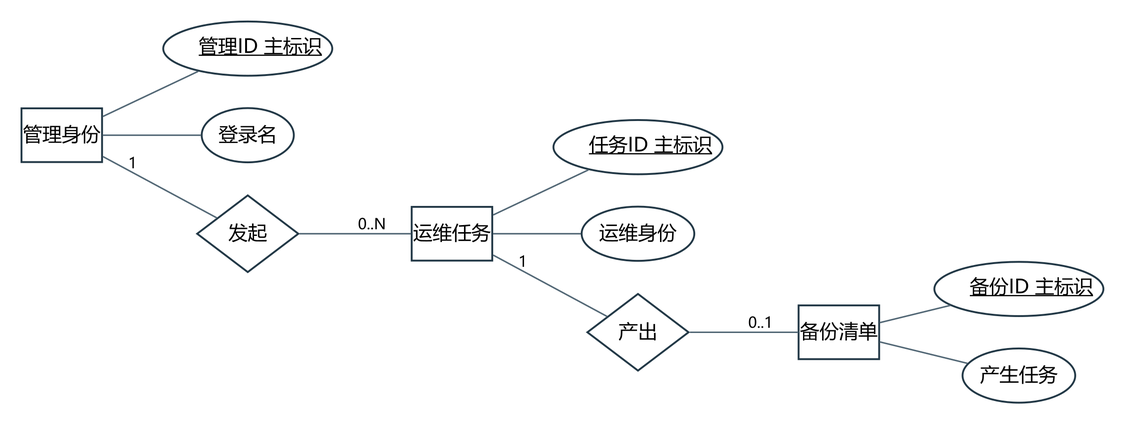
Earlier version of the Graphviz export docs/project/models/图表与模型/ER04B.png (jason-bitc/HZCU-CampusHub). Its source is kept beside it as docs/project/models/图表与模型/ER04B.dot. The source it was exported from:
```dot
digraph G {
graph [rankdir=LR,nodesep=0.30,ranksep=0.48,bgcolor="white",splines=polyline,pad=0.20];
node [fontname="Microsoft YaHei",fontsize=13,color="#223846",penwidth=1.25,margin="0.10,0.07",style="rounded,filled",fillcolor="#F6F8FA"];
edge [fontname="Microsoft YaHei",fontsize=10,color="#526775",arrowsize=0.7];
"AdminIdentity" [shape=box,label="管理身份",style="filled",fillcolor="white"];
"OpsJob" [shape=box,label="运维任务",style="filled",fillcolor="white"];
"Backup" [shape=box,label="备份清单",style="filled",fillcolor="white"];
"AdminIdentity_a0" [shape=ellipse,label=<<U>管理ID 主标识</U>>,style="filled",fillcolor="white"];
"AdminIdentity_a1" [shape=ellipse,label="登录名",style="filled",fillcolor="white"];
"OpsJob_a0" [shape=ellipse,label=<<U>任务ID 主标识</U>>,style="filled",fillcolor="white"];
"OpsJob_a1" [shape=ellipse,label="运维身份",style="filled",fillcolor="white"];
"Backup_a0" [shape=ellipse,label=<<U>备份ID 主标识</U>>,style="filled",fillcolor="white"];
"Backup_a1" [shape=ellipse,label="产生任务",style="filled",fillcolor="white"];
"rel19" [shape=diamond,label="发起",style="filled",fillcolor="white"];
"rel20" [shape=diamond,label="产出",style="filled",fillcolor="white"];
"AdminIdentity" -> "AdminIdentity_a0" [label="",dir=none];
"AdminIdentity" -> "AdminIdentity_a1" [label="",dir=none];
"OpsJob" -> "OpsJob_a0" [label="",dir=none];
"OpsJob" -> "OpsJob_a1" [label="",dir=none];
"Backup" -> "Backup_a0" [label="",dir=none];
"Backup" -> "Backup_a1" [label="",dir=none];
"AdminIdentity" -> "rel19" [label="1",dir=none];
"rel19" -> "OpsJob" [label="0..N",dir=none];
"OpsJob" -> "rel20" [label="1",dir=none];
"rel20" -> "Backup" [label="0..1",dir=none];
}
```
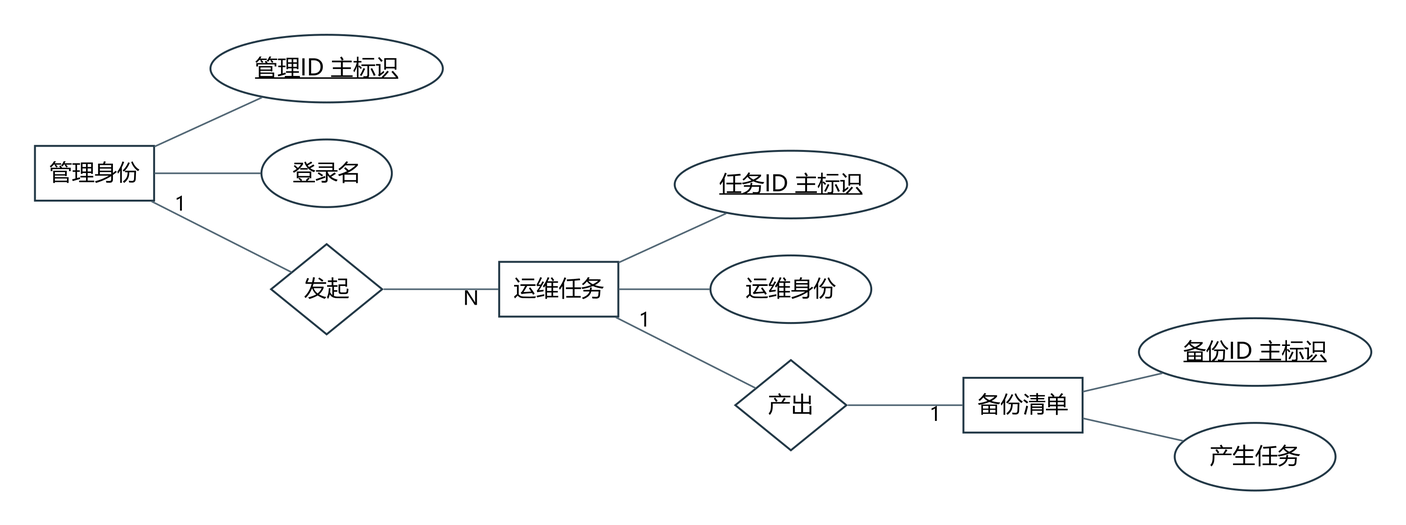
After the change.

What changed in the source:
```diff
@@ -1,26 +1,26 @@
 digraph G {
-graph [rankdir=LR,nodesep=0.30,ranksep=0.48,bgcolor="white",splines=polyline,pad=0.20];
-node [fontname="Microsoft YaHei",fontsize=13,color="#223846",penwidth=1.25,margin="0.10,0.07",style="rounded,filled",fillcolor="#F6F8FA"];
-edge [fontname="Microsoft YaHei",fontsize=10,color="#526775",arrowsize=0.7];
-"AdminIdentity" [shape=box,label="管理身份",style="filled",fillcolor="white"];
-"OpsJob" [shape=box,label="运维任务",style="filled",fillcolor="white"];
-"Backup" [shape=box,label="备份清单",style="filled",fillcolor="white"];
-"AdminIdentity_a0" [shape=ellipse,label=<<U>管理ID 主标识</U>>,style="filled",fillcolor="white"];
-"AdminIdentity_a1" [shape=ellipse,label="登录名",style="filled",fillcolor="white"];
-"OpsJob_a0" [shape=ellipse,label=<<U>任务ID 主标识</U>>,style="filled",fillcolor="white"];
-"OpsJob_a1" [shape=ellipse,label="运维身份",style="filled",fillcolor="white"];
-"Backup_a0" [shape=ellipse,label=<<U>备份ID 主标识</U>>,style="filled",fillcolor="white"];
-"Backup_a1" [shape=ellipse,label="产生任务",style="filled",fillcolor="white"];
-"rel19" [shape=diamond,label="发起",style="filled",fillcolor="white"];
-"rel20" [shape=diamond,label="产出",style="filled",fillcolor="white"];
-"AdminIdentity" -> "AdminIdentity_a0" [label="",dir=none];
-"AdminIdentity" -> "AdminIdentity_a1" [label="",dir=none];
-"OpsJob" -> "OpsJob_a0" [label="",dir=none];
-"OpsJob" -> "OpsJob_a1" [label="",dir=none];
-"Backup" -> "Backup_a0" [label="",dir=none];
-"Backup" -> "Backup_a1" [label="",dir=none];
-"AdminIdentity" -> "rel19" [label="1",dir=none];
-"rel19" -> "OpsJob" [label="0..N",dir=none];
-"OpsJob" -> "rel20" [label="1",dir=none];
-"rel20" -> "Backup" [label="0..1",dir=none];
+graph [rankdir=LR,nodesep=0.32,ranksep=0.48,bgcolor="white",splines=polyline,pad=0.30];
+node [fontname="Microsoft YaHei",fontsize=14,color="#223846",penwidth=1.2,margin="0.10,0.08",style="filled",fillcolor="white"];
+edge [fontname="Microsoft YaHei",fontsize=12,color="#526775",dir=none];
+"AdminIdentity" [shape=box,label="管理身份",width=1.0278,height=0.4722];
+"OpsJob" [shape=box,label="运维任务",width=1.0278,height=0.4722];
+"Backup" [shape=box,label="备份清单",width=1.0278,height=0.4722];
+"AdminIdentity_a0" [shape=ellipse,label="管理ID 主标识",width=2.0044,height=0.5833];
+"AdminIdentity_a1" [shape=ellipse,label="登录名",width=1.1250,height=0.5833];
+"OpsJob_a0" [shape=ellipse,label="任务ID 主标识",width=2.0044,height=0.5833];
+"OpsJob_a1" [shape=ellipse,label="运维身份",width=1.3875,height=0.5833];
+"Backup_a0" [shape=ellipse,label="备份ID 主标识",width=2.0044,height=0.5833];
+"Backup_a1" [shape=ellipse,label="产生任务",width=1.3875,height=0.5833];
+"rel19" [shape=diamond,label="发起",width=0.9583,height=0.7778];
+"rel20" [shape=diamond,label="产出",width=0.9583,height=0.7778];
+"AdminIdentity" -> "AdminIdentity_a0" [label="",labeldistance=1.8,labelangle=20,dir=none];
+"AdminIdentity" -> "AdminIdentity_a1" [label="",labeldistance=1.8,labelangle=20,dir=none];
+"OpsJob" -> "OpsJob_a0" [label="",labeldistance=1.8,labelangle=20,dir=none];
+"OpsJob" -> "OpsJob_a1" [label="",labeldistance=1.8,labelangle=20,dir=none];
+"Backup" -> "Backup_a0" [label="",labeldistance=1.8,labelangle=20,dir=none];
+"Backup" -> "Backup_a1" [label="",labeldistance=1.8,labelangle=20,dir=none];
+"AdminIdentity" -> "rel19" [taillabel="1",labeldistance=1.8,labelangle=20,dir=none];
+"rel19" -> "OpsJob" [headlabel="N",labeldistance=1.8,labelangle=20,dir=none];
+"OpsJob" -> "rel20" [taillabel="1",labeldistance=1.8,labelangle=20,dir=none];
+"rel20" -> "Backup" [headlabel="1",labeldistance=1.8,labelangle=20,dir=none];
 }
```
